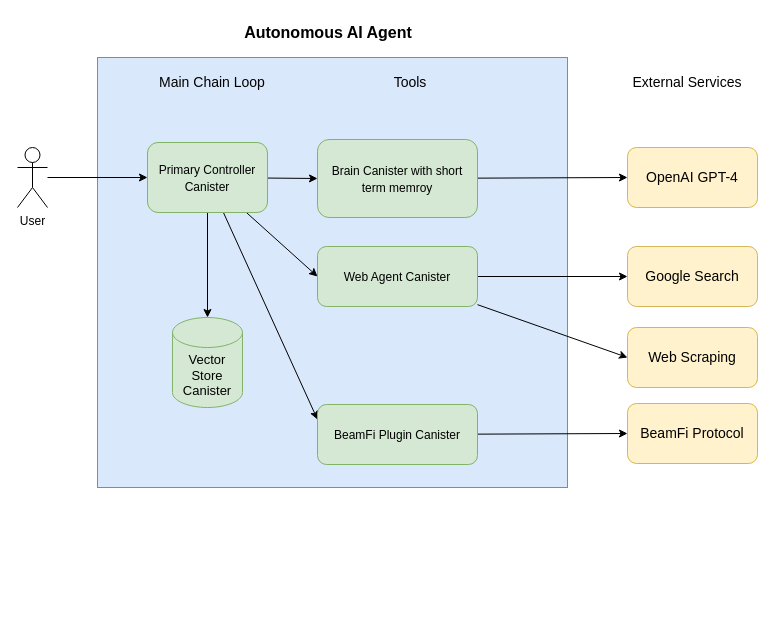
The draw.io diagram diagram/architecture.drawio in arcmindai/arcmindai, before the edit. Source tidied: cells renumbered, new cells numbered last; positions are measured from the earlier drawing's top-left corner, leaving out a move shared by most shapes. Both pictures are drawn from the tidied source at 100%, with x=0, y=0 at pixel (17, 17).
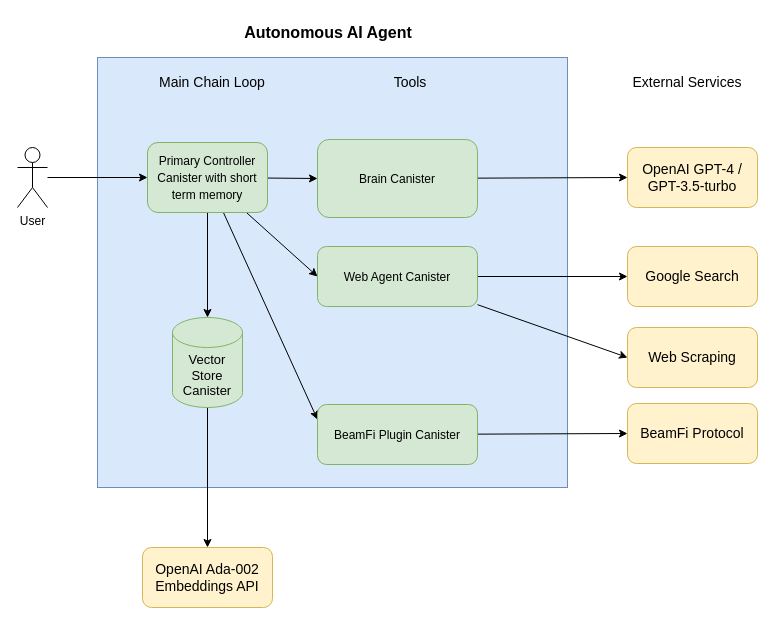
The same page after the edit.

Unchanged cells that the change refers to:
```xml
<mxCell id="24" value="Vector Store Canister" style="shape=cylinder3;whiteSpace=wrap;html=1;boundedLbl=1;backgroundOutline=1;size=15;fontSize=13;fillColor=#d5e8d4;strokeColor=#82b366;" parent="1" vertex="1">
  <mxGeometry x="155" y="300" width="70" height="90" as="geometry" />
</mxCell>
```

Change to the diagram source:
```diff
@@
-    <mxCell id="10" value="&lt;span style=&quot;font-size: 12px;&quot;&gt;Primary Controller Canister&lt;/span&gt;" style="rounded=1;whiteSpace=wrap;html=1;fontSize=14;fillColor=#d5e8d4;strokeColor=#82b366;" parent="1" vertex="1">
+    <mxCell id="10" value="&lt;span style=&quot;font-size: 12px;&quot;&gt;Primary Controller Canister with short term memory&lt;/span&gt;" style="rounded=1;whiteSpace=wrap;html=1;fontSize=14;fillColor=#d5e8d4;strokeColor=#82b366;" parent="1" vertex="1">
       <mxGeometry x="130" y="125" width="120" height="70" as="geometry" />
     </mxCell>
@@
-    <mxCell id="12" value="&lt;span style=&quot;font-size: 12px;&quot;&gt;Brain Canister with short term memroy&lt;/span&gt;" style="rounded=1;whiteSpace=wrap;html=1;fontSize=14;fillColor=#d5e8d4;strokeColor=#82b366;spacingLeft=2;spacingRight=2;" parent="1" vertex="1">
+    <mxCell id="12" value="&lt;span style=&quot;font-size: 12px;&quot;&gt;Brain Canister&lt;/span&gt;" style="rounded=1;whiteSpace=wrap;html=1;fontSize=14;fillColor=#d5e8d4;strokeColor=#82b366;spacingLeft=2;spacingRight=2;" parent="1" vertex="1">
       <mxGeometry x="300" y="122" width="160" height="78" as="geometry" />
     </mxCell>
-    <mxCell id="13" value="OpenAI GPT-4" style="rounded=1;whiteSpace=wrap;html=1;fontSize=14;fillColor=#fff2cc;strokeColor=#d6b656;" parent="1" vertex="1">
+    <mxCell id="13" value="OpenAI GPT-4 / GPT-3.5-turbo" style="rounded=1;whiteSpace=wrap;html=1;fontSize=14;fillColor=#fff2cc;strokeColor=#d6b656;" parent="1" vertex="1">
       <mxGeometry x="610" y="130" width="130" height="60" as="geometry" />
     </mxCell>
@@
+    <mxCell id="26" style="edgeStyle=none;html=1;entryX=0.5;entryY=0;entryDx=0;entryDy=0;" parent="1" edge="1" source="24" target="27">
+      <mxGeometry relative="1" as="geometry" />
+    </mxCell>
@@
+    <mxCell id="27" value="OpenAI Ada-002 Embeddings API" style="rounded=1;whiteSpace=wrap;html=1;fontSize=14;fillColor=#fff2cc;strokeColor=#d6b656;" parent="1" vertex="1">
+      <mxGeometry x="125" y="530" width="130" height="60" as="geometry" />
+    </mxCell>
```
